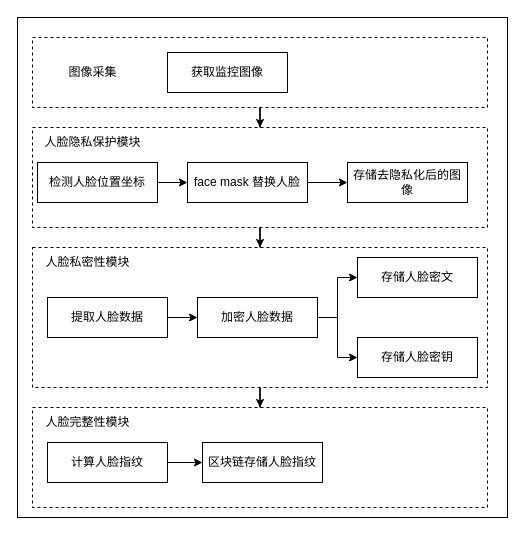
The draw.io diagram page "总体架构" (1 of 3) of imgs/facechain.drawio in FadingLight9291117/draw.io, before the edit. Source tidied: cells renumbered, new cells numbered last; positions are measured from the earlier drawing's top-left corner, leaving out a move shared by most shapes. Both pictures are drawn from the tidied source at 100%, with x=0, y=0 at pixel (17, 17).
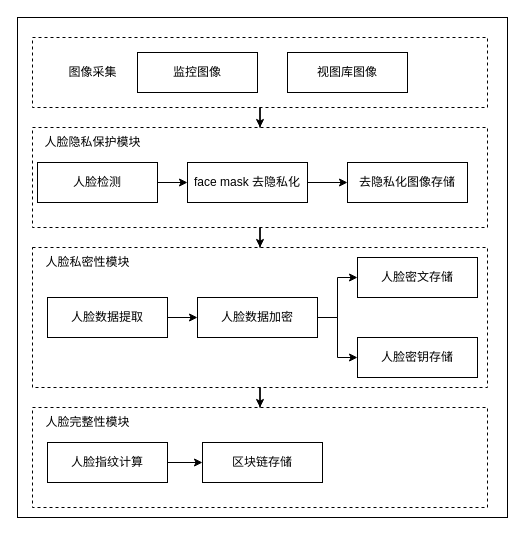
After the change.

Diff of the diagram source:
```diff
@@
-    <mxCell id="7" value="获取监控图像" style="rounded=0;whiteSpace=wrap;html=1;fontSize=12;glass=0;strokeWidth=1;shadow=0;" parent="1" vertex="1">
-      <mxGeometry x="150" y="35" width="120" height="40" as="geometry" />
+    <mxCell id="7" value="监控图像" style="rounded=0;whiteSpace=wrap;html=1;fontSize=12;glass=0;strokeWidth=1;shadow=0;" parent="1" vertex="1">
+      <mxGeometry x="120" y="35" width="120" height="40" as="geometry" />
     </mxCell>
@@
-    <mxCell id="10" value="检测人脸位置坐标" style="rounded=0;whiteSpace=wrap;html=1;fillColor=default;" parent="1" vertex="1">
+    <mxCell id="10" value="人脸检测" style="rounded=0;whiteSpace=wrap;html=1;fillColor=default;" parent="1" vertex="1">
       <mxGeometry x="20" y="145" width="120" height="40" as="geometry" />
     </mxCell>
@@
-    <mxCell id="12" value="face mask 替换人脸" style="rounded=0;whiteSpace=wrap;html=1;fillColor=default;" parent="1" vertex="1">
+    <mxCell id="12" value="face mask 去隐私化" style="rounded=0;whiteSpace=wrap;html=1;fillColor=default;" parent="1" vertex="1">
       <mxGeometry x="170" y="145" width="120" height="40" as="geometry" />
     </mxCell>
-    <mxCell id="13" value="存储去隐私化后的图像" style="rounded=0;whiteSpace=wrap;html=1;fillColor=default;" parent="1" vertex="1">
+    <mxCell id="13" value="去隐私化图像存储" style="rounded=0;whiteSpace=wrap;html=1;fillColor=default;" parent="1" vertex="1">
       <mxGeometry x="330" y="145" width="120" height="40" as="geometry" />
     </mxCell>
@@
-    <mxCell id="15" value="提取人脸数据" style="rounded=0;whiteSpace=wrap;html=1;fillColor=default;" parent="1" vertex="1">
+    <mxCell id="15" value="人脸数据提取" style="rounded=0;whiteSpace=wrap;html=1;fillColor=default;" parent="1" vertex="1">
       <mxGeometry x="30" y="280" width="120" height="40" as="geometry" />
     </mxCell>
@@
-    <mxCell id="18" value="加密人脸数据" style="rounded=0;whiteSpace=wrap;html=1;fillColor=default;" parent="1" vertex="1">
+    <mxCell id="18" value="人脸数据加密" style="rounded=0;whiteSpace=wrap;html=1;fillColor=default;" parent="1" vertex="1">
       <mxGeometry x="180" y="280" width="120" height="40" as="geometry" />
     </mxCell>
-    <mxCell id="19" value="存储人脸密文" style="rounded=0;whiteSpace=wrap;html=1;fillColor=default;" parent="1" vertex="1">
+    <mxCell id="19" value="人脸密文存储" style="rounded=0;whiteSpace=wrap;html=1;fillColor=default;" parent="1" vertex="1">
       <mxGeometry x="340" y="240" width="120" height="40" as="geometry" />
     </mxCell>
-    <mxCell id="20" value="存储人脸密钥" style="rounded=0;whiteSpace=wrap;html=1;fillColor=default;" parent="1" vertex="1">
+    <mxCell id="20" value="人脸密钥存储" style="rounded=0;whiteSpace=wrap;html=1;fillColor=default;" parent="1" vertex="1">
       <mxGeometry x="340" y="320" width="120" height="40" as="geometry" />
     </mxCell>
@@
-    <mxCell id="22" value="计算人脸指纹" style="rounded=0;whiteSpace=wrap;html=1;fillColor=default;" parent="1" vertex="1">
+    <mxCell id="22" value="人脸指纹计算" style="rounded=0;whiteSpace=wrap;html=1;fillColor=default;" parent="1" vertex="1">
       <mxGeometry x="30" y="425" width="120" height="40" as="geometry" />
     </mxCell>
-    <mxCell id="23" value="区块链存储人脸指纹" style="rounded=0;whiteSpace=wrap;html=1;fillColor=default;" parent="1" vertex="1">
+    <mxCell id="23" value="区块链存储" style="rounded=0;whiteSpace=wrap;html=1;fillColor=default;" parent="1" vertex="1">
       <mxGeometry x="185" y="425" width="120" height="40" as="geometry" />
     </mxCell>
@@
+    <mxCell id="30" value="视图库图像" style="rounded=0;whiteSpace=wrap;html=1;" parent="1" vertex="1">
+      <mxGeometry x="270" y="35" width="120" height="40" as="geometry" />
+    </mxCell>
```
